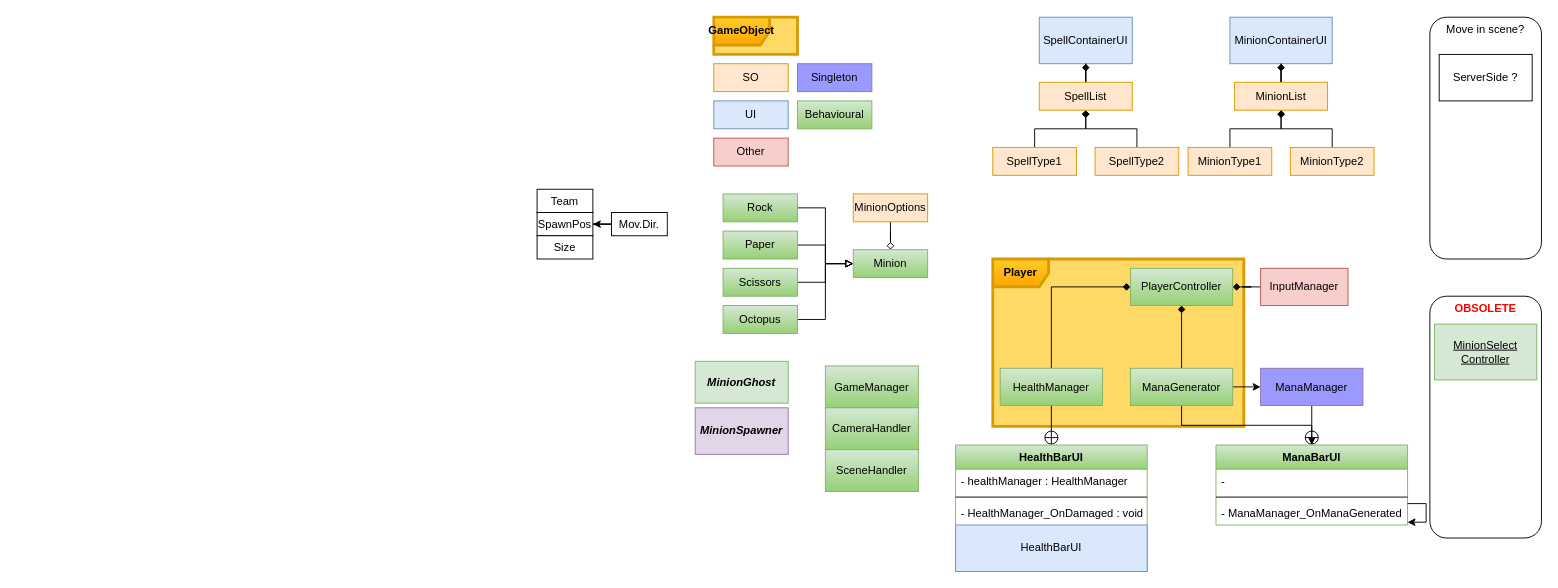
This is Assets/RPO.drawio from omerasikoglu/RPO, a draw.io file, before an edit. Source tidied: cells renumbered, new cells numbered last; positions are measured from the earlier drawing's top-left corner, leaving out a move shared by most shapes. Both pictures are drawn from the tidied source at 93%, with x=0, y=0 at pixel (537, 17).
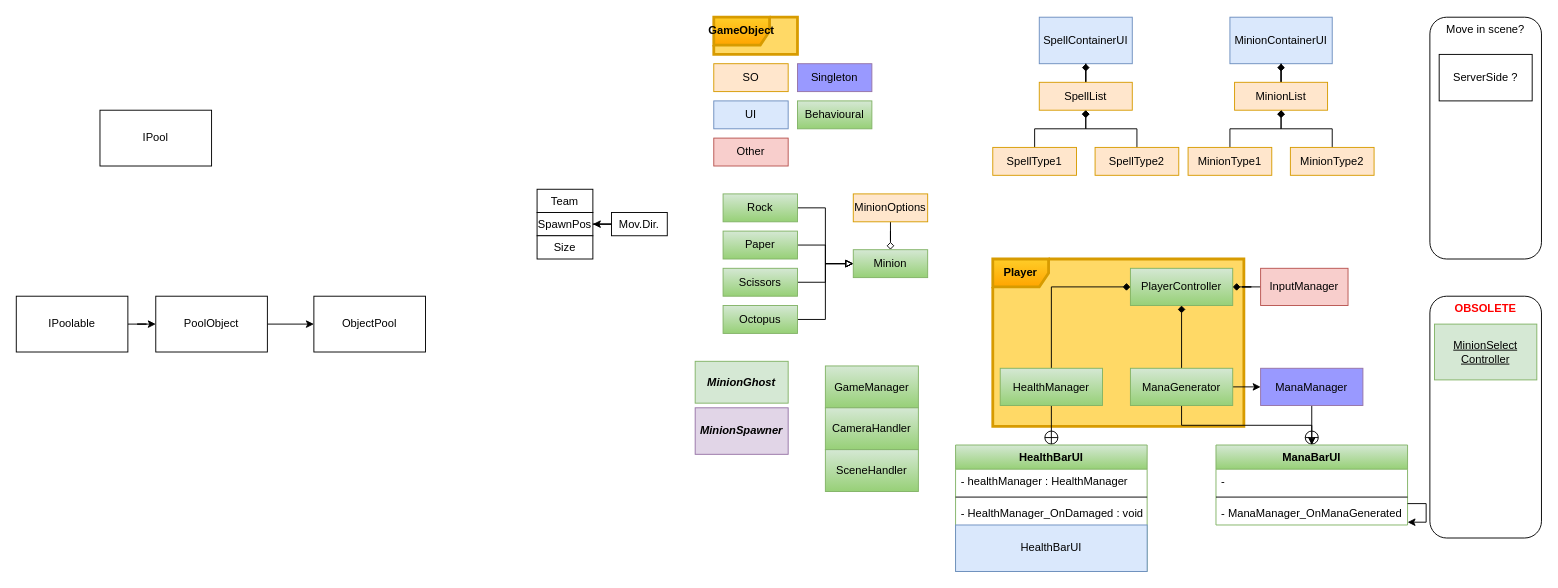
After the change.

The edit, as a diff of the source:
```diff
@@
+    <mxCell id="70" style="edgeStyle=orthogonalEdgeStyle;rounded=0;jettySize=auto;html=1;" parent="1" edge="1" source="71" target="74">
+      <mxGeometry relative="1" as="geometry" />
+    </mxCell>
+    <mxCell id="71" value="IPoolable" style="rounded=0;whiteSpace=wrap;html=1;" parent="1" vertex="1">
+      <mxGeometry x="-560" y="300" width="120" height="60" as="geometry" />
+    </mxCell>
+    <mxCell id="72" value="IPool" style="rounded=0;whiteSpace=wrap;html=1;" parent="1" vertex="1">
+      <mxGeometry x="-470" y="100" width="120" height="60" as="geometry" />
+    </mxCell>
+    <mxCell id="73" style="edgeStyle=orthogonalEdgeStyle;rounded=0;jettySize=auto;html=1;" parent="1" edge="1" source="74" target="75">
+      <mxGeometry relative="1" as="geometry" />
+    </mxCell>
+    <mxCell id="74" value="PoolObject" style="rounded=0;whiteSpace=wrap;html=1;" parent="1" vertex="1">
+      <mxGeometry x="-410" y="300" width="120" height="60" as="geometry" />
+    </mxCell>
+    <mxCell id="75" value="ObjectPool" style="rounded=0;whiteSpace=wrap;html=1;" parent="1" vertex="1">
+      <mxGeometry x="-240" y="300" width="120" height="60" as="geometry" />
+    </mxCell>
```
